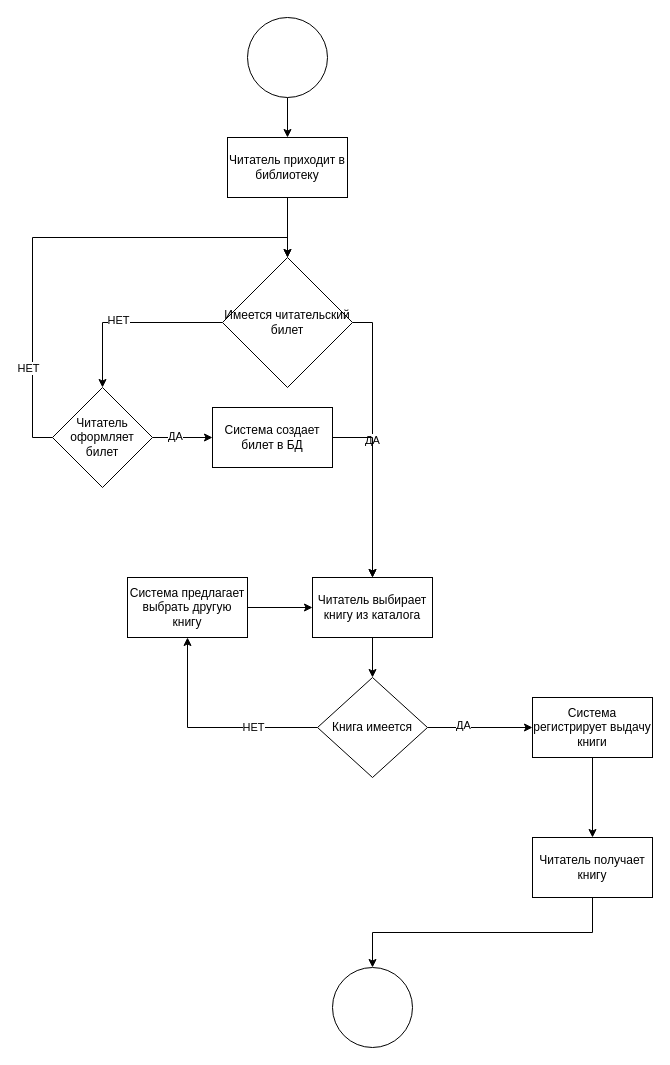
This is UML_PRAC_1.drawio from ArtzSU/UML_PRAC_1, a draw.io file, before an edit. Source tidied: cells renumbered, new cells numbered last; positions are measured from the earlier drawing's top-left corner, leaving out a move shared by most shapes. Both pictures are drawn from the tidied source at 100%, with x=0, y=0 at pixel (52, 17).
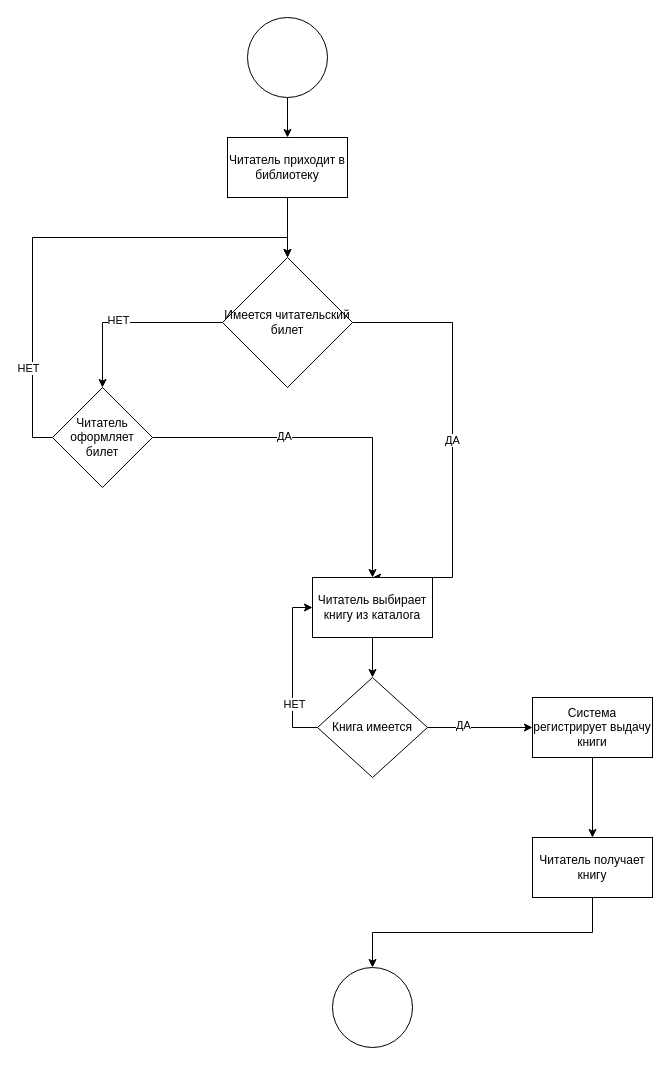
After the change.

The change refers to these unchanged cells:
```xml
<mxCell id="9" value="Имеется читательский билет" style="rhombus;whiteSpace=wrap;html=1;" parent="1" vertex="1">
  <mxGeometry x="170" y="240" width="130" height="130" as="geometry" />
</mxCell>
<mxCell id="14" value="Читатель оформляет билет" style="rhombus;whiteSpace=wrap;html=1;" parent="1" vertex="1">
  <mxGeometry y="370" width="100" height="100" as="geometry" />
</mxCell>
<mxCell id="16" value="Читатель выбирает книгу из каталога" style="rounded=0;whiteSpace=wrap;html=1;" parent="1" vertex="1">
  <mxGeometry x="260" y="560" width="120" height="60" as="geometry" />
</mxCell>
<mxCell id="21" value="Книга имеется" style="rhombus;whiteSpace=wrap;html=1;" parent="1" vertex="1">
  <mxGeometry x="265" y="660" width="110" height="100" as="geometry" />
</mxCell>
```

Change to the diagram source:
```diff
@@
     <mxCell id="8" value="ДА" style="edgeStyle=orthogonalEdgeStyle;rounded=0;jettySize=auto;html=1;exitX=1;exitY=0.5;exitDx=0;exitDy=0;entryX=0.5;entryY=0;entryDx=0;entryDy=0;" parent="1" edge="1" source="9" target="16">
-      <mxGeometry relative="1" as="geometry" />
+      <mxGeometry relative="1" as="geometry">
+        <Array as="points">
+          <mxPoint x="400" y="305" />
+          <mxPoint x="400" y="560" />
+        </Array>
+      </mxGeometry>
     </mxCell>
@@
-    <mxCell id="10" style="edgeStyle=orthogonalEdgeStyle;rounded=0;jettySize=auto;html=1;exitX=1;exitY=0.5;exitDx=0;exitDy=0;entryX=0;entryY=0.5;entryDx=0;entryDy=0;" parent="1" edge="1" source="14" target="28">
+    <mxCell id="10" style="edgeStyle=orthogonalEdgeStyle;rounded=0;jettySize=auto;html=1;exitX=1;exitY=0.5;exitDx=0;exitDy=0;entryX=0.5;entryY=0;entryDx=0;entryDy=0;" parent="1" edge="1" source="14" target="16">
       <mxGeometry relative="1" as="geometry" />
     </mxCell>
@@
-    <mxCell id="19" style="edgeStyle=orthogonalEdgeStyle;rounded=0;jettySize=auto;html=1;exitX=0;exitY=0.5;exitDx=0;exitDy=0;entryX=0.5;entryY=1;entryDx=0;entryDy=0;" parent="1" edge="1" source="21" target="30">
+    <mxCell id="19" style="edgeStyle=orthogonalEdgeStyle;rounded=0;jettySize=auto;html=1;exitX=0;exitY=0.5;exitDx=0;exitDy=0;entryX=0;entryY=0.5;entryDx=0;entryDy=0;" parent="1" edge="1" source="21" target="16">
       <mxGeometry relative="1" as="geometry" />
     </mxCell>
@@
-    <mxCell id="27" style="edgeStyle=orthogonalEdgeStyle;rounded=0;jettySize=auto;html=1;exitX=1;exitY=0.5;exitDx=0;exitDy=0;entryX=0.5;entryY=0;entryDx=0;entryDy=0;" parent="1" edge="1" source="28" target="16">
-      <mxGeometry relative="1" as="geometry" />
-    </mxCell>
-    <mxCell id="28" value="Система создает билет в БД" style="rounded=0;whiteSpace=wrap;html=1;" parent="1" vertex="1">
-      <mxGeometry x="160" y="390" width="120" height="60" as="geometry" />
-    </mxCell>
-    <mxCell id="29" style="edgeStyle=orthogonalEdgeStyle;rounded=0;jettySize=auto;html=1;exitX=1;exitY=0.5;exitDx=0;exitDy=0;entryX=0;entryY=0.5;entryDx=0;entryDy=0;" parent="1" edge="1" source="30" target="16">
-      <mxGeometry relative="1" as="geometry" />
-    </mxCell>
-    <mxCell id="30" value="Система предлагает выбрать другую книгу" style="rounded=0;whiteSpace=wrap;html=1;" parent="1" vertex="1">
-      <mxGeometry x="75" y="560" width="120" height="60" as="geometry" />
-    </mxCell>
```
